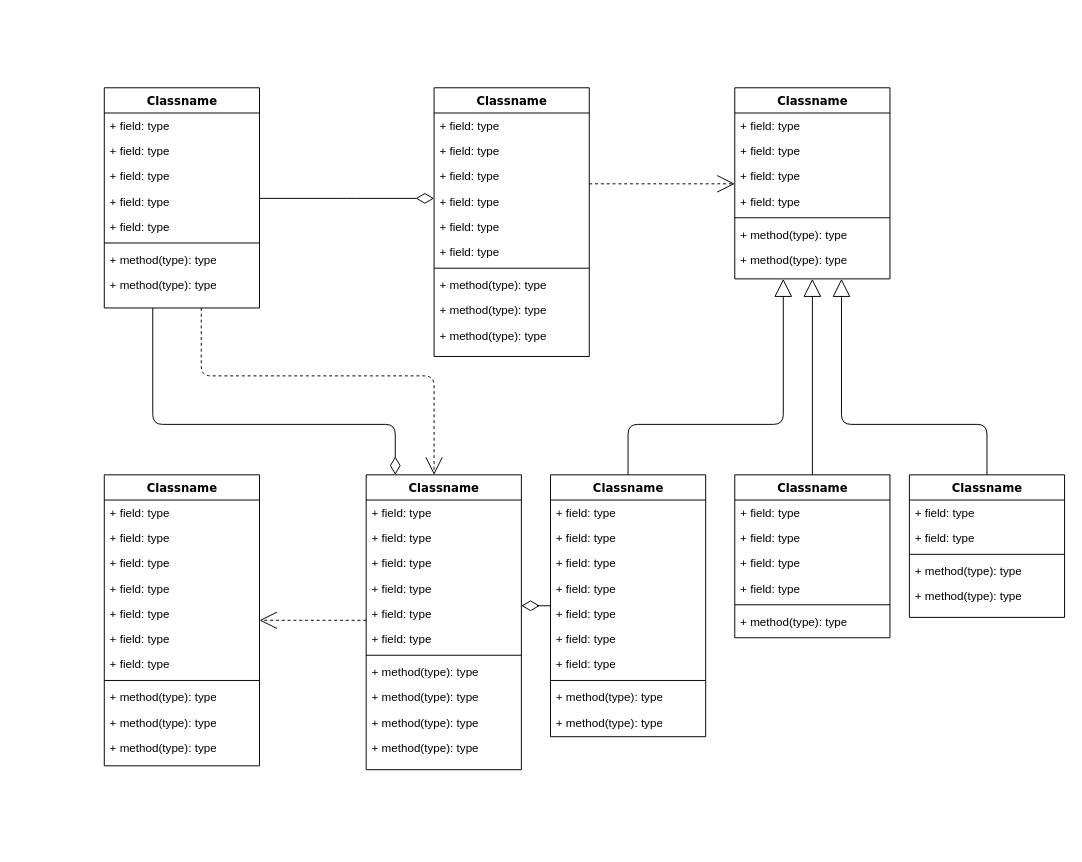
This is Minesweeper.drawio from lawalTheWest/minesweeper, a draw.io file, before an edit. Source tidied: cells renumbered, new cells numbered last; positions are measured from the earlier drawing's top-left corner, leaving out a move shared by most shapes. Both pictures are drawn from the tidied source at 97%, with x=0, y=0 at pixel (104, 87).
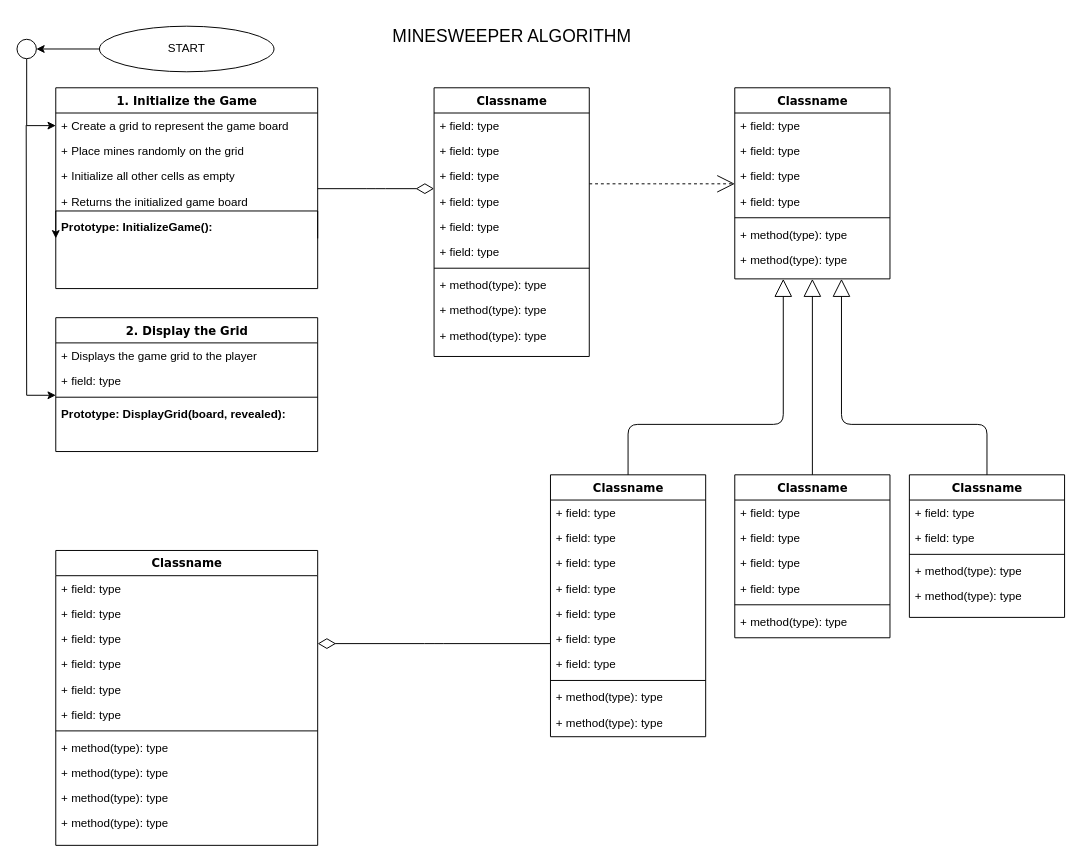
Above is the later version.

Change to the diagram source:
```diff
@@
-    <mxCell id="2" style="edgeStyle=orthogonalEdgeStyle;html=1;labelBackgroundColor=none;startFill=0;startSize=8;endArrow=open;endFill=0;endSize=16;fontFamily=Verdana;fontSize=12;dashed=1;" parent="1" edge="1" source="4" target="47">
-      <mxGeometry relative="1" as="geometry">
-        <Array as="points">
-          <mxPoint x="100" y="297" />
-          <mxPoint x="340" y="297" />
-        </Array>
-      </mxGeometry>
-    </mxCell>
-    <mxCell id="3" style="edgeStyle=orthogonalEdgeStyle;html=1;labelBackgroundColor=none;startFill=0;startSize=8;endArrow=diamondThin;endFill=0;endSize=16;fontFamily=Verdana;fontSize=12;" parent="1" edge="1" source="4" target="47">
-      <mxGeometry relative="1" as="geometry">
-        <Array as="points">
-          <mxPoint x="50" y="347" />
-          <mxPoint x="300" y="347" />
-        </Array>
-      </mxGeometry>
-    </mxCell>
-    <mxCell id="4" value="Classname" style="swimlane;html=1;fontStyle=1;align=center;verticalAlign=top;horizontal=1;startSize=26;swimlaneFillColor=#ffffff;rounded=0;shadow=0;comic=0;labelBackgroundColor=none;strokeWidth=1;fillColor=none;fontFamily=Verdana;fontSize=12;" parent="1" vertex="1">
-      <mxGeometry width="160" height="227" as="geometry" />
+    <mxCell id="4" value="1. Initialize the Game" style="swimlane;html=1;fontStyle=1;align=center;verticalAlign=top;horizontal=1;startSize=26;swimlaneFillColor=#ffffff;rounded=0;shadow=0;comic=0;labelBackgroundColor=none;strokeWidth=1;fillColor=none;fontFamily=Verdana;fontSize=12;" parent="1" vertex="1">
+      <mxGeometry x="-50" width="270" height="207" as="geometry" />
     </mxCell>
-    <mxCell id="5" value="+ field: type" style="text;html=1;strokeColor=none;fillColor=none;align=left;verticalAlign=top;spacingLeft=4;spacingRight=4;whiteSpace=wrap;overflow=hidden;points=[[0,0.5],[1,0.5]];portConstraint=eastwest;" parent="4" vertex="1">
-      <mxGeometry y="26" width="160" height="26" as="geometry" />
+    <mxCell id="5" value="+ Create a grid to represent the game board" style="text;html=1;strokeColor=none;fillColor=none;align=left;verticalAlign=top;spacingLeft=4;spacingRight=4;whiteSpace=wrap;overflow=hidden;points=[[0,0.5],[1,0.5]];portConstraint=eastwest;" parent="4" vertex="1">
+      <mxGeometry y="26" width="270" height="26" as="geometry" />
     </mxCell>
-    <mxCell id="6" value="+ field: type" style="text;html=1;strokeColor=none;fillColor=none;align=left;verticalAlign=top;spacingLeft=4;spacingRight=4;whiteSpace=wrap;overflow=hidden;" parent="4" vertex="1">
-      <mxGeometry y="52" width="160" height="26" as="geometry" />
-    </mxCell>
-    <mxCell id="7" value="+ field: type" style="text;html=1;strokeColor=none;fillColor=none;align=left;verticalAlign=top;spacingLeft=4;spacingRight=4;whiteSpace=wrap;overflow=hidden;" parent="4" vertex="1">
-      <mxGeometry y="78" width="160" height="26" as="geometry" />
-    </mxCell>
-    <mxCell id="8" value="+ field: type" style="text;html=1;strokeColor=none;fillColor=none;align=left;verticalAlign=top;spacingLeft=4;spacingRight=4;whiteSpace=wrap;overflow=hidden;" parent="4" vertex="1">
-      <mxGeometry y="104" width="160" height="26" as="geometry" />
+    <mxCell id="8" value="+ Place mines randomly on the grid" style="text;html=1;strokeColor=none;fillColor=none;align=left;verticalAlign=top;spacingLeft=4;spacingRight=4;whiteSpace=wrap;overflow=hidden;" parent="4" vertex="1">
+      <mxGeometry y="52" width="270" height="26" as="geometry" />
     </mxCell>
-    <mxCell id="9" value="+ field: type" style="text;html=1;strokeColor=none;fillColor=none;align=left;verticalAlign=top;spacingLeft=4;spacingRight=4;whiteSpace=wrap;overflow=hidden;" parent="4" vertex="1">
-      <mxGeometry y="130" width="160" height="26" as="geometry" />
+    <mxCell id="9" value="+ Initialize all other cells as empty" style="text;html=1;strokeColor=none;fillColor=none;align=left;verticalAlign=top;spacingLeft=4;spacingRight=4;whiteSpace=wrap;overflow=hidden;" parent="4" vertex="1">
+      <mxGeometry y="78" width="270" height="26" as="geometry" />
     </mxCell>
-    <mxCell id="10" style="line;html=1;strokeWidth=1;fillColor=none;align=left;verticalAlign=middle;spacingTop=-1;spacingLeft=3;spacingRight=3;labelPosition=right;" parent="4" vertex="1">
-      <mxGeometry y="156" width="160" height="8" as="geometry" />
-    </mxCell>
-    <mxCell id="11" value="+ method(type): type" style="text;html=1;strokeColor=none;fillColor=none;align=left;verticalAlign=top;spacingLeft=4;spacingRight=4;whiteSpace=wrap;overflow=hidden;" parent="4" vertex="1">
-      <mxGeometry y="164" width="160" height="26" as="geometry" />
-    </mxCell>
-    <mxCell id="12" value="+ method(type): type" style="text;html=1;strokeColor=none;fillColor=none;align=left;verticalAlign=top;spacingLeft=4;spacingRight=4;whiteSpace=wrap;overflow=hidden;" parent="4" vertex="1">
-      <mxGeometry y="190" width="160" height="26" as="geometry" />
-    </mxCell>
+    <mxCell id="87" value="+&amp;nbsp;Returns the initialized game board" style="text;html=1;strokeColor=none;fillColor=none;align=left;verticalAlign=top;spacingLeft=4;spacingRight=4;whiteSpace=wrap;overflow=hidden;" parent="4" vertex="1">
+      <mxGeometry y="104" width="270" height="26" as="geometry" />
+    </mxCell>
+    <mxCell id="88" value="&lt;b&gt;Prototype: InitializeGame():&lt;/b&gt;" style="text;html=1;strokeColor=none;fillColor=none;align=left;verticalAlign=top;spacingLeft=4;spacingRight=4;whiteSpace=wrap;overflow=hidden;" parent="4" vertex="1">
+      <mxGeometry y="130" width="270" height="26" as="geometry" />
+    </mxCell>
@@
-    <mxCell id="33" style="edgeStyle=elbowEdgeStyle;html=1;labelBackgroundColor=none;startFill=0;startSize=8;endArrow=open;endFill=0;endSize=16;fontFamily=Verdana;fontSize=12;elbow=vertical;dashed=1;" parent="1" edge="1" source="47" target="34">
-      <mxGeometry relative="1" as="geometry" />
-    </mxCell>
-    <mxCell id="34" value="Classname" style="swimlane;html=1;fontStyle=1;align=center;verticalAlign=top;horizontal=1;startSize=26;swimlaneFillColor=#ffffff;rounded=0;shadow=0;comic=0;labelBackgroundColor=none;strokeWidth=1;fillColor=none;fontFamily=Verdana;fontSize=12;" parent="1" vertex="1">
-      <mxGeometry y="399" width="160" height="300" as="geometry" />
+    <mxCell id="34" value="2. Display the Grid" style="swimlane;html=1;fontStyle=1;align=center;verticalAlign=top;horizontal=1;startSize=26;swimlaneFillColor=#ffffff;rounded=0;shadow=0;comic=0;labelBackgroundColor=none;strokeWidth=1;fillColor=none;fontFamily=Verdana;fontSize=12;" parent="1" vertex="1">
+      <mxGeometry x="-50" y="237" width="270" height="138" as="geometry" />
     </mxCell>
-    <mxCell id="35" value="+ field: type" style="text;html=1;strokeColor=none;fillColor=none;align=left;verticalAlign=top;spacingLeft=4;spacingRight=4;whiteSpace=wrap;overflow=hidden;" parent="34" vertex="1">
-      <mxGeometry y="26" width="160" height="26" as="geometry" />
+    <mxCell id="35" value="+ Displays the game grid to the player" style="text;html=1;strokeColor=none;fillColor=none;align=left;verticalAlign=top;spacingLeft=4;spacingRight=4;whiteSpace=wrap;overflow=hidden;" parent="34" vertex="1">
+      <mxGeometry y="26" width="270" height="26" as="geometry" />
     </mxCell>
     <mxCell id="36" value="+ field: type" style="text;html=1;strokeColor=none;fillColor=none;align=left;verticalAlign=top;spacingLeft=4;spacingRight=4;whiteSpace=wrap;overflow=hidden;" parent="34" vertex="1">
-      <mxGeometry y="52" width="160" height="26" as="geometry" />
+      <mxGeometry y="52" width="270" height="26" as="geometry" />
     </mxCell>
-    <mxCell id="37" value="+ field: type" style="text;html=1;strokeColor=none;fillColor=none;align=left;verticalAlign=top;spacingLeft=4;spacingRight=4;whiteSpace=wrap;overflow=hidden;" parent="34" vertex="1">
-      <mxGeometry y="78" width="160" height="26" as="geometry" />
-    </mxCell>
-    <mxCell id="38" value="+ field: type" style="text;html=1;strokeColor=none;fillColor=none;align=left;verticalAlign=top;spacingLeft=4;spacingRight=4;whiteSpace=wrap;overflow=hidden;" parent="34" vertex="1">
-      <mxGeometry y="104" width="160" height="26" as="geometry" />
-    </mxCell>
-    <mxCell id="39" value="+ field: type" style="text;html=1;strokeColor=none;fillColor=none;align=left;verticalAlign=top;spacingLeft=4;spacingRight=4;whiteSpace=wrap;overflow=hidden;" parent="34" vertex="1">
-      <mxGeometry y="130" width="160" height="26" as="geometry" />
-    </mxCell>
-    <mxCell id="40" value="+ field: type" style="text;html=1;strokeColor=none;fillColor=none;align=left;verticalAlign=top;spacingLeft=4;spacingRight=4;whiteSpace=wrap;overflow=hidden;" parent="34" vertex="1">
-      <mxGeometry y="156" width="160" height="26" as="geometry" />
-    </mxCell>
-    <mxCell id="41" value="+ field: type" style="text;html=1;strokeColor=none;fillColor=none;align=left;verticalAlign=top;spacingLeft=4;spacingRight=4;whiteSpace=wrap;overflow=hidden;" parent="34" vertex="1">
-      <mxGeometry y="182" width="160" height="26" as="geometry" />
-    </mxCell>
     <mxCell id="42" style="line;html=1;strokeWidth=1;fillColor=none;align=left;verticalAlign=middle;spacingTop=-1;spacingLeft=3;spacingRight=3;labelPosition=right;points=[];portConstraint=eastwest;" parent="34" vertex="1">
-      <mxGeometry y="208" width="160" height="8" as="geometry" />
+      <mxGeometry y="78" width="270" height="8" as="geometry" />
     </mxCell>
-    <mxCell id="43" value="+ method(type): type" style="text;html=1;strokeColor=none;fillColor=none;align=left;verticalAlign=top;spacingLeft=4;spacingRight=4;whiteSpace=wrap;overflow=hidden;" parent="34" vertex="1">
-      <mxGeometry y="216" width="160" height="26" as="geometry" />
+    <mxCell id="43" value="&lt;b&gt;Prototype: DisplayGrid(board, revealed):&lt;/b&gt;" style="text;html=1;strokeColor=none;fillColor=none;align=left;verticalAlign=top;spacingLeft=4;spacingRight=4;whiteSpace=wrap;overflow=hidden;" parent="34" vertex="1">
+      <mxGeometry y="86" width="270" height="26" as="geometry" />
     </mxCell>
-    <mxCell id="44" value="+ method(type): type" style="text;html=1;strokeColor=none;fillColor=none;align=left;verticalAlign=top;spacingLeft=4;spacingRight=4;whiteSpace=wrap;overflow=hidden;" parent="34" vertex="1">
-      <mxGeometry y="242" width="160" height="26" as="geometry" />
-    </mxCell>
-    <mxCell id="45" value="+ method(type): type" style="text;html=1;strokeColor=none;fillColor=none;align=left;verticalAlign=top;spacingLeft=4;spacingRight=4;whiteSpace=wrap;overflow=hidden;" parent="34" vertex="1">
-      <mxGeometry y="268" width="160" height="26" as="geometry" />
-    </mxCell>
@@
     <mxCell id="47" value="Classname" style="swimlane;html=1;fontStyle=1;align=center;verticalAlign=top;horizontal=1;startSize=26;swimlaneFillColor=#ffffff;rounded=0;shadow=0;comic=0;labelBackgroundColor=none;strokeWidth=1;fillColor=none;fontFamily=Verdana;fontSize=12;" parent="1" vertex="1">
-      <mxGeometry x="270" y="399" width="160" height="304" as="geometry" />
+      <mxGeometry x="-50" y="477" width="270" height="304" as="geometry" />
     </mxCell>
     <mxCell id="48" value="+ field: type" style="text;html=1;strokeColor=none;fillColor=none;align=left;verticalAlign=top;spacingLeft=4;spacingRight=4;whiteSpace=wrap;overflow=hidden;" parent="47" vertex="1">
-      <mxGeometry y="26" width="160" height="26" as="geometry" />
+      <mxGeometry y="26" width="270" height="26" as="geometry" />
     </mxCell>
     <mxCell id="49" value="+ field: type" style="text;html=1;strokeColor=none;fillColor=none;align=left;verticalAlign=top;spacingLeft=4;spacingRight=4;whiteSpace=wrap;overflow=hidden;" parent="47" vertex="1">
-      <mxGeometry y="52" width="160" height="26" as="geometry" />
+      <mxGeometry y="52" width="270" height="26" as="geometry" />
     </mxCell>
     <mxCell id="50" value="+ field: type" style="text;html=1;strokeColor=none;fillColor=none;align=left;verticalAlign=top;spacingLeft=4;spacingRight=4;whiteSpace=wrap;overflow=hidden;" parent="47" vertex="1">
-      <mxGeometry y="78" width="160" height="26" as="geometry" />
+      <mxGeometry y="78" width="270" height="26" as="geometry" />
     </mxCell>
     <mxCell id="51" value="+ field: type" style="text;html=1;strokeColor=none;fillColor=none;align=left;verticalAlign=top;spacingLeft=4;spacingRight=4;whiteSpace=wrap;overflow=hidden;" parent="47" vertex="1">
-      <mxGeometry y="104" width="160" height="26" as="geometry" />
+      <mxGeometry y="104" width="270" height="26" as="geometry" />
     </mxCell>
     <mxCell id="52" value="+ field: type" style="text;html=1;strokeColor=none;fillColor=none;align=left;verticalAlign=top;spacingLeft=4;spacingRight=4;whiteSpace=wrap;overflow=hidden;" parent="47" vertex="1">
-      <mxGeometry y="130" width="160" height="26" as="geometry" />
+      <mxGeometry y="130" width="270" height="26" as="geometry" />
     </mxCell>
     <mxCell id="53" value="+ field: type" style="text;html=1;strokeColor=none;fillColor=none;align=left;verticalAlign=top;spacingLeft=4;spacingRight=4;whiteSpace=wrap;overflow=hidden;" parent="47" vertex="1">
-      <mxGeometry y="156" width="160" height="26" as="geometry" />
+      <mxGeometry y="156" width="270" height="26" as="geometry" />
     </mxCell>
     <mxCell id="54" style="line;html=1;strokeWidth=1;fillColor=none;align=left;verticalAlign=middle;spacingTop=-1;spacingLeft=3;spacingRight=3;labelPosition=right;" parent="47" vertex="1">
-      <mxGeometry y="182" width="160" height="8" as="geometry" />
+      <mxGeometry y="182" width="270" height="8" as="geometry" />
     </mxCell>
     <mxCell id="55" value="+ method(type): type" style="text;html=1;strokeColor=none;fillColor=none;align=left;verticalAlign=top;spacingLeft=4;spacingRight=4;whiteSpace=wrap;overflow=hidden;" parent="47" vertex="1">
-      <mxGeometry y="190" width="160" height="26" as="geometry" />
+      <mxGeometry y="190" width="270" height="26" as="geometry" />
     </mxCell>
     <mxCell id="56" value="+ method(type): type" style="text;html=1;strokeColor=none;fillColor=none;align=left;verticalAlign=top;spacingLeft=4;spacingRight=4;whiteSpace=wrap;overflow=hidden;" parent="47" vertex="1">
-      <mxGeometry y="216" width="160" height="26" as="geometry" />
+      <mxGeometry y="216" width="270" height="26" as="geometry" />
     </mxCell>
     <mxCell id="57" value="+ method(type): type" style="text;html=1;strokeColor=none;fillColor=none;align=left;verticalAlign=top;spacingLeft=4;spacingRight=4;whiteSpace=wrap;overflow=hidden;" parent="47" vertex="1">
-      <mxGeometry y="242" width="160" height="26" as="geometry" />
+      <mxGeometry y="242" width="270" height="26" as="geometry" />
     </mxCell>
     <mxCell id="58" value="+ method(type): type" style="text;html=1;strokeColor=none;fillColor=none;align=left;verticalAlign=top;spacingLeft=4;spacingRight=4;whiteSpace=wrap;overflow=hidden;" parent="47" vertex="1">
-      <mxGeometry y="268" width="160" height="26" as="geometry" />
+      <mxGeometry y="268" width="270" height="26" as="geometry" />
     </mxCell>
@@
+    <mxCell id="89" value="&lt;font style=&quot;font-size: 18px;&quot;&gt;MINESWEEPER ALGORITHM&lt;/font&gt;" style="text;html=1;align=center;verticalAlign=middle;strokeColor=none;fillColor=none;" parent="1" vertex="1">
+      <mxGeometry x="285" y="-73" width="270" height="40" as="geometry" />
+    </mxCell>
+    <mxCell id="90" style="edgeStyle=orthogonalEdgeStyle;rounded=0;jettySize=auto;html=1;" parent="1" edge="1" source="91" target="5">
+      <mxGeometry relative="1" as="geometry">
+        <Array as="points">
+          <mxPoint x="-80" y="39" />
+        </Array>
+      </mxGeometry>
+    </mxCell>
+    <mxCell id="91" style="ellipse;whiteSpace=wrap;html=1;" parent="1" vertex="1">
+      <mxGeometry x="-90" y="-50" width="20" height="20" as="geometry" />
+    </mxCell>
+    <mxCell id="92" style="edgeStyle=orthogonalEdgeStyle;rounded=0;jettySize=auto;html=1;" parent="1" edge="1" source="93" target="91">
+      <mxGeometry relative="1" as="geometry" />
+    </mxCell>
+    <mxCell id="93" value="START" style="ellipse;whiteSpace=wrap;html=1;" parent="1" vertex="1">
+      <mxGeometry x="-5" y="-63.5" width="180" height="47" as="geometry" />
+    </mxCell>
+    <mxCell id="94" style="edgeStyle=orthogonalEdgeStyle;rounded=0;orthogonalLoop=1;jettySize=auto;html=1;exitX=1;exitY=0.75;exitDx=0;exitDy=0;entryX=0;entryY=0.75;entryDx=0;entryDy=0;" parent="1" edge="1" source="4" target="4">
+      <mxGeometry relative="1" as="geometry">
+        <Array as="points">
+          <mxPoint x="220" y="127" />
+          <mxPoint x="-50" y="127" />
+        </Array>
+      </mxGeometry>
+    </mxCell>
+    <mxCell id="95" style="endArrow=classic;html=1;rounded=0;entryX=0;entryY=0.25;entryDx=0;entryDy=0;entryPerimeter=0;" parent="1" edge="1" target="42">
+      <mxGeometry relative="1" as="geometry">
+        <mxPoint x="-80.5" y="38.5" as="sourcePoint" />
+        <Array as="points">
+          <mxPoint x="-80" y="317" />
+        </Array>
+      </mxGeometry>
+    </mxCell>
```
